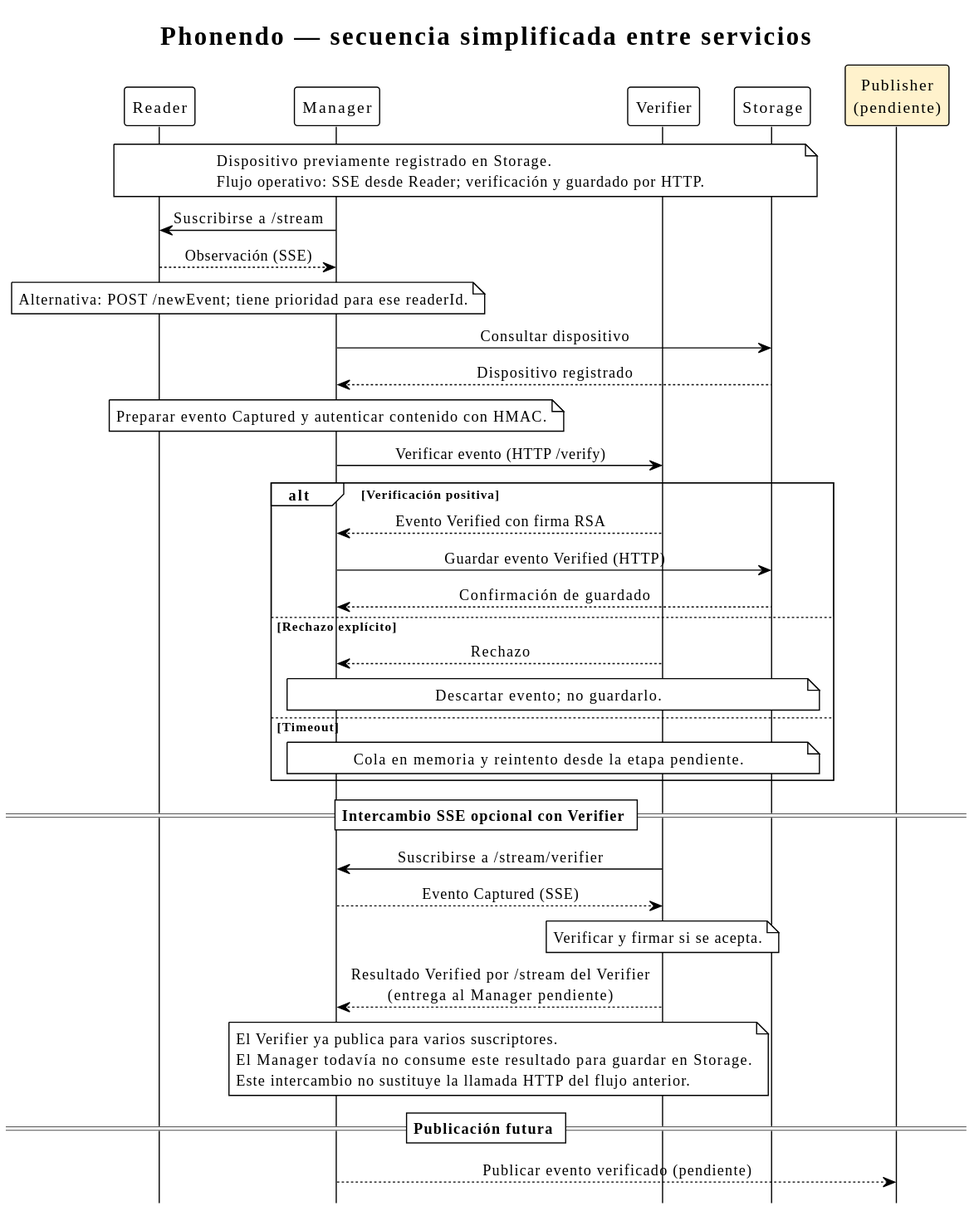
Above: docs/phonendo_secuencia.svg in ParriCode/phonedo (PlantUML), before the change.
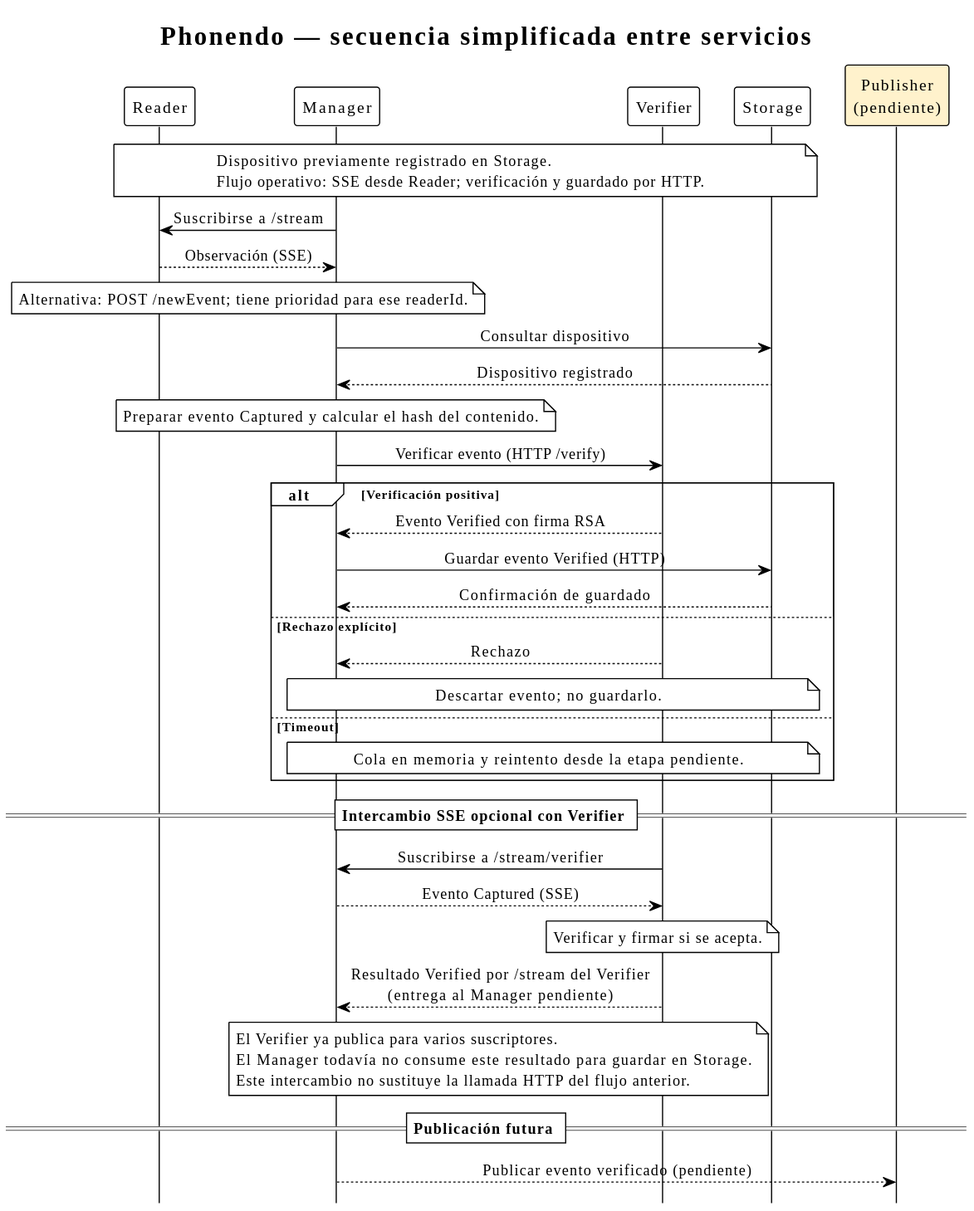
The same diagram one commit later.

The edit, as a diff of the source:
```diff
@@ -20,7 +20,7 @@
 note over R,M : Alternativa: POST /newEvent; tiene prioridad para ese readerId.
 M -> S : Consultar dispositivo
 S --> M : Dispositivo registrado
-note over M : Preparar evento Captured y autenticar contenido con HMAC.
+note over M : Preparar evento Captured y calcular el hash del contenido.
 M -> V : Verificar evento (HTTP /verify)
 alt Verificación positiva
   V --> M : Evento Verified con firma RSA
```
